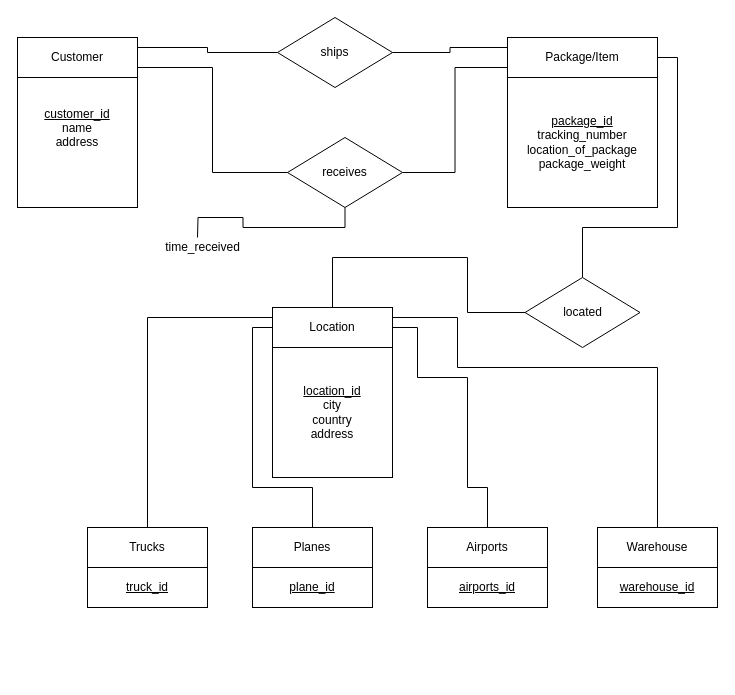
Above: world_delivery.drawio in MirageM/Testing (draw.io), before the change. Source tidied: cells renumbered, new cells numbered last; positions are measured from the earlier drawing's top-left corner, leaving out a move shared by most shapes. Both pictures are drawn from the tidied source at 100%, with x=0, y=0 at pixel (17, 17).
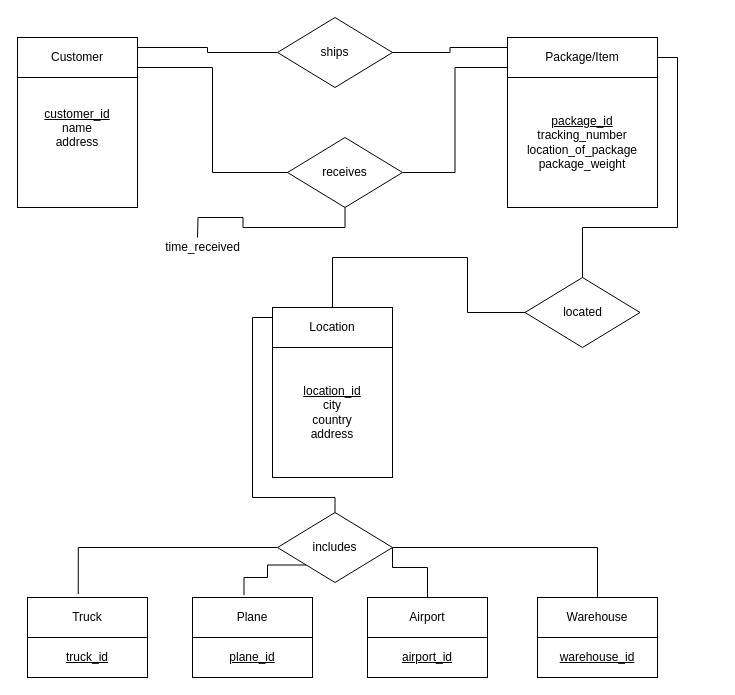
The same diagram, later.

The change refers to these unchanged cells:
```xml
<mxCell id="20" value="Location" style="rounded=0;whiteSpace=wrap;html=1;" parent="1" vertex="1">
  <mxGeometry x="255" y="290" width="120" height="40" as="geometry" />
</mxCell>
```

What changed in the source:
```diff
@@
-    <mxCell id="16" style="edgeStyle=orthogonalEdgeStyle;rounded=0;jettySize=auto;html=1;exitX=0;exitY=0.25;exitDx=0;exitDy=0;entryX=0.5;entryY=0;entryDx=0;entryDy=0;endArrow=none;endFill=0;" parent="1" edge="1" source="20" target="23">
-      <mxGeometry relative="1" as="geometry" />
-    </mxCell>
-    <mxCell id="17" style="edgeStyle=orthogonalEdgeStyle;rounded=0;jettySize=auto;html=1;exitX=0;exitY=0.5;exitDx=0;exitDy=0;entryX=0.5;entryY=0;entryDx=0;entryDy=0;endArrow=none;endFill=0;" parent="1" edge="1" source="20" target="25">
-      <mxGeometry relative="1" as="geometry">
-        <Array as="points">
-          <mxPoint x="235" y="310" />
-          <mxPoint x="235" y="470" />
-          <mxPoint x="295" y="470" />
-        </Array>
-      </mxGeometry>
-    </mxCell>
-    <mxCell id="18" style="edgeStyle=orthogonalEdgeStyle;rounded=0;jettySize=auto;html=1;exitX=1;exitY=0.25;exitDx=0;exitDy=0;entryX=0.5;entryY=0;entryDx=0;entryDy=0;endArrow=none;endFill=0;" parent="1" edge="1" source="20" target="29">
-      <mxGeometry relative="1" as="geometry">
-        <Array as="points">
-          <mxPoint x="440" y="300" />
-          <mxPoint x="440" y="350" />
-          <mxPoint x="640" y="350" />
-        </Array>
-      </mxGeometry>
-    </mxCell>
-    <mxCell id="19" style="edgeStyle=orthogonalEdgeStyle;rounded=0;jettySize=auto;html=1;exitX=1;exitY=0.5;exitDx=0;exitDy=0;entryX=0.5;entryY=0;entryDx=0;entryDy=0;endArrow=none;endFill=0;" parent="1" edge="1" source="20" target="27">
-      <mxGeometry relative="1" as="geometry">
-        <Array as="points">
-          <mxPoint x="400" y="310" />
-          <mxPoint x="400" y="360" />
-          <mxPoint x="450" y="360" />
-          <mxPoint x="450" y="470" />
-          <mxPoint x="470" y="470" />
-        </Array>
-      </mxGeometry>
-    </mxCell>
@@
-    <mxCell id="23" value="Trucks" style="rounded=0;whiteSpace=wrap;html=1;" parent="1" vertex="1">
-      <mxGeometry x="70" y="510" width="120" height="40" as="geometry" />
+    <mxCell id="23" value="Truck" style="rounded=0;whiteSpace=wrap;html=1;" parent="1" vertex="1">
+      <mxGeometry x="10" y="580" width="120" height="40" as="geometry" />
     </mxCell>
     <mxCell id="24" value="&lt;u&gt;truck_id&lt;br&gt;&lt;/u&gt;" style="rounded=0;whiteSpace=wrap;html=1;" parent="1" vertex="1">
-      <mxGeometry x="70" y="550" width="120" height="40" as="geometry" />
+      <mxGeometry x="10" y="620" width="120" height="40" as="geometry" />
     </mxCell>
-    <mxCell id="25" value="Planes" style="rounded=0;whiteSpace=wrap;html=1;" parent="1" vertex="1">
-      <mxGeometry x="235" y="510" width="120" height="40" as="geometry" />
+    <mxCell id="25" value="Plane" style="rounded=0;whiteSpace=wrap;html=1;" parent="1" vertex="1">
+      <mxGeometry x="175" y="580" width="120" height="40" as="geometry" />
     </mxCell>
     <mxCell id="26" value="&lt;u&gt;plane_id&lt;br&gt;&lt;/u&gt;" style="rounded=0;whiteSpace=wrap;html=1;" parent="1" vertex="1">
-      <mxGeometry x="235" y="550" width="120" height="40" as="geometry" />
+      <mxGeometry x="175" y="620" width="120" height="40" as="geometry" />
     </mxCell>
-    <mxCell id="27" value="Airports" style="rounded=0;whiteSpace=wrap;html=1;" parent="1" vertex="1">
-      <mxGeometry x="410" y="510" width="120" height="40" as="geometry" />
+    <mxCell id="27" value="Airport" style="rounded=0;whiteSpace=wrap;html=1;" parent="1" vertex="1">
+      <mxGeometry x="350" y="580" width="120" height="40" as="geometry" />
     </mxCell>
-    <mxCell id="28" value="&lt;u&gt;airports_id&lt;br&gt;&lt;/u&gt;" style="rounded=0;whiteSpace=wrap;html=1;" parent="1" vertex="1">
-      <mxGeometry x="410" y="550" width="120" height="40" as="geometry" />
+    <mxCell id="28" value="&lt;u&gt;airport_id&lt;br&gt;&lt;/u&gt;" style="rounded=0;whiteSpace=wrap;html=1;" parent="1" vertex="1">
+      <mxGeometry x="350" y="620" width="120" height="40" as="geometry" />
     </mxCell>
     <mxCell id="29" value="Warehouse" style="rounded=0;whiteSpace=wrap;html=1;" parent="1" vertex="1">
-      <mxGeometry x="580" y="510" width="120" height="40" as="geometry" />
+      <mxGeometry x="520" y="580" width="120" height="40" as="geometry" />
     </mxCell>
     <mxCell id="30" value="&lt;u&gt;warehouse_id&lt;br&gt;&lt;/u&gt;" style="rounded=0;whiteSpace=wrap;html=1;" parent="1" vertex="1">
-      <mxGeometry x="580" y="550" width="120" height="40" as="geometry" />
+      <mxGeometry x="520" y="620" width="120" height="40" as="geometry" />
     </mxCell>
+    <mxCell id="31" style="edgeStyle=orthogonalEdgeStyle;rounded=0;jettySize=auto;html=1;exitX=0.5;exitY=0;exitDx=0;exitDy=0;entryX=0;entryY=0.25;entryDx=0;entryDy=0;endArrow=none;endFill=0;" parent="1" edge="1" source="36" target="20">
+      <mxGeometry relative="1" as="geometry">
+        <Array as="points">
+          <mxPoint x="317" y="480" />
+          <mxPoint x="235" y="480" />
+          <mxPoint x="235" y="300" />
+        </Array>
+      </mxGeometry>
+    </mxCell>
+    <mxCell id="32" style="edgeStyle=orthogonalEdgeStyle;rounded=0;jettySize=auto;html=1;exitX=0;exitY=0.5;exitDx=0;exitDy=0;entryX=0.423;entryY=-0.086;entryDx=0;entryDy=0;entryPerimeter=0;endArrow=none;endFill=0;" parent="1" edge="1" source="36" target="23">
+      <mxGeometry relative="1" as="geometry" />
+    </mxCell>
+    <mxCell id="33" style="edgeStyle=orthogonalEdgeStyle;rounded=0;jettySize=auto;html=1;exitX=0;exitY=1;exitDx=0;exitDy=0;entryX=0.429;entryY=-0.062;entryDx=0;entryDy=0;entryPerimeter=0;endArrow=none;endFill=0;" parent="1" edge="1" source="36" target="25">
+      <mxGeometry relative="1" as="geometry">
+        <Array as="points">
+          <mxPoint x="250" y="548" />
+          <mxPoint x="250" y="560" />
+          <mxPoint x="227" y="560" />
+        </Array>
+      </mxGeometry>
+    </mxCell>
+    <mxCell id="34" style="edgeStyle=orthogonalEdgeStyle;rounded=0;jettySize=auto;html=1;exitX=1;exitY=0.5;exitDx=0;exitDy=0;endArrow=none;endFill=0;entryX=0.5;entryY=0;entryDx=0;entryDy=0;" parent="1" edge="1" source="36" target="27">
+      <mxGeometry relative="1" as="geometry">
+        <Array as="points">
+          <mxPoint x="375" y="550" />
+          <mxPoint x="410" y="550" />
+        </Array>
+      </mxGeometry>
+    </mxCell>
+    <mxCell id="35" style="edgeStyle=orthogonalEdgeStyle;rounded=0;jettySize=auto;html=1;exitX=1;exitY=0.5;exitDx=0;exitDy=0;entryX=0.5;entryY=0;entryDx=0;entryDy=0;endArrow=none;endFill=0;" parent="1" edge="1" source="36" target="29">
+      <mxGeometry relative="1" as="geometry" />
+    </mxCell>
+    <mxCell id="36" value="includes" style="rhombus;whiteSpace=wrap;html=1;" parent="1" vertex="1">
+      <mxGeometry x="260" y="495" width="115" height="70" as="geometry" />
+    </mxCell>
```
